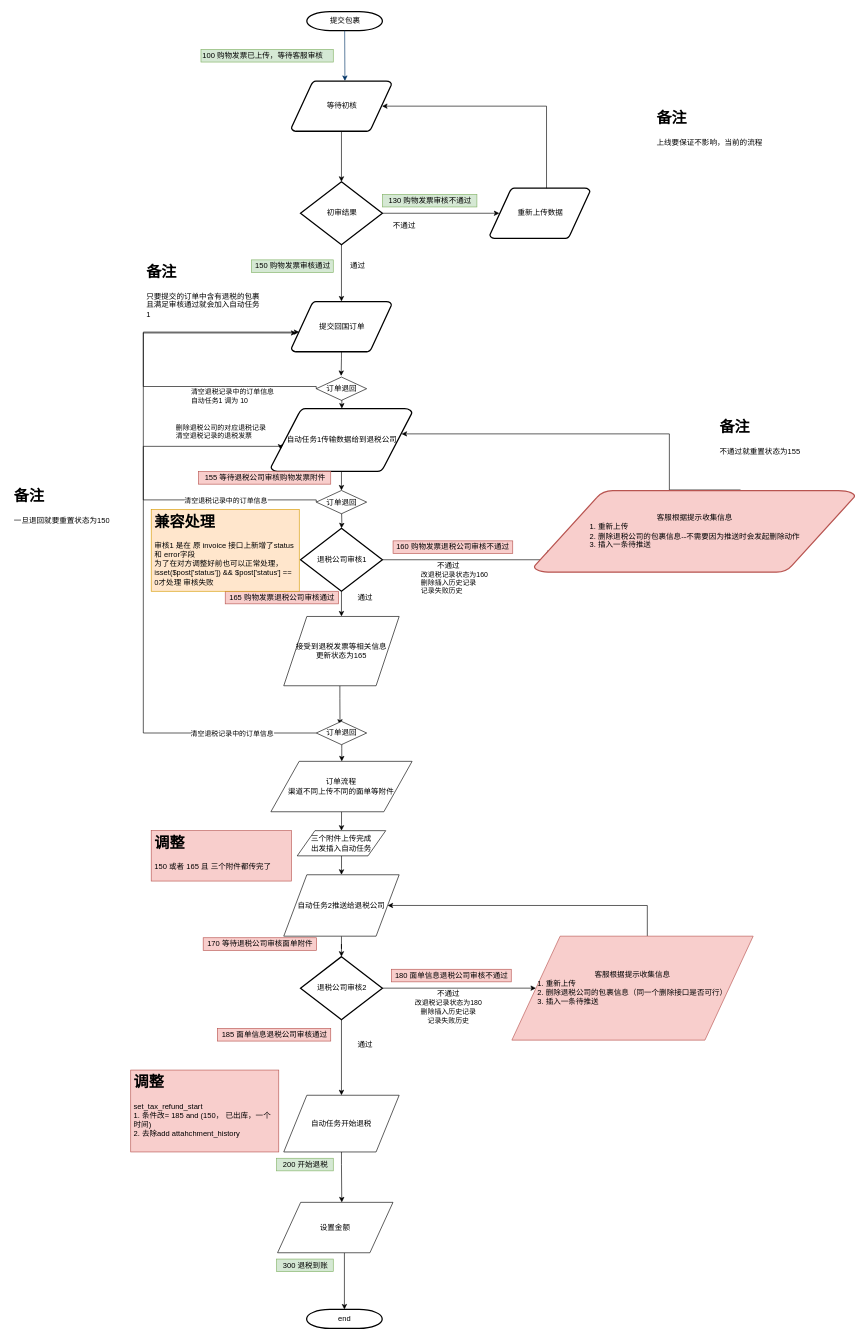
The draw.io diagram tax_refund_flow.drawio in maclxf/ProjectDraw, before the edit. Source tidied: cells renumbered, new cells numbered last; positions are measured from the earlier drawing's top-left corner, leaving out a move shared by most shapes. Both pictures are drawn from the tidied source at 63%, with x=0, y=0 at pixel (11, 11).
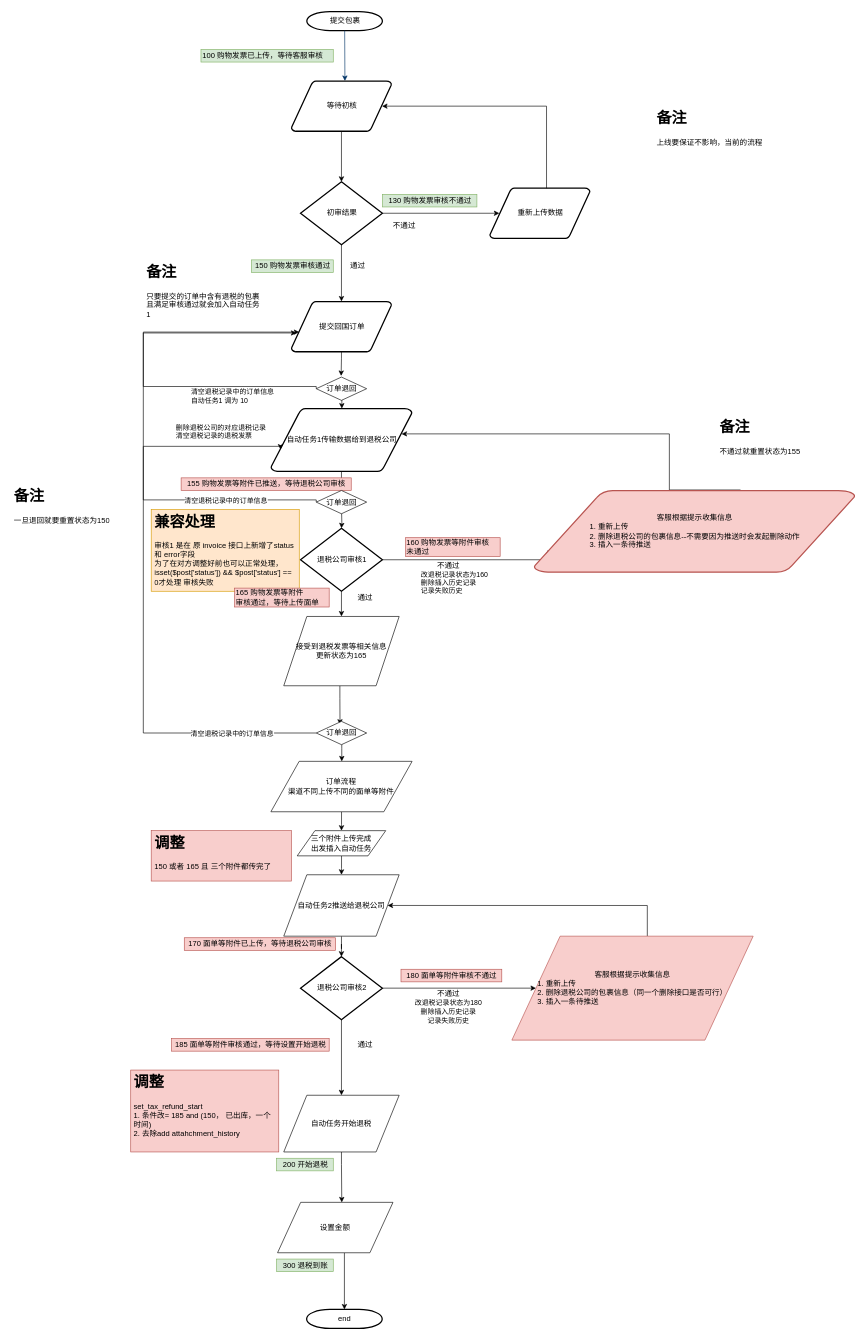
The same page after the edit.

What changed in the source:
```diff
@@
-    <mxCell id="20" value="155&amp;nbsp;等待退税公司审核购物发票附件" style="text;html=1;align=center;verticalAlign=middle;fillColor=#f8cecc;strokeColor=#b85450;" parent="1" vertex="1">
-      <mxGeometry x="297.5" y="730" width="210" height="20" as="geometry" />
+    <mxCell id="20" value="155 购物发票等附件已推送，等待退税公司审核" style="text;html=1;align=center;verticalAlign=middle;fillColor=#f8cecc;strokeColor=#b85450;" parent="1" vertex="1">
+      <mxGeometry x="270" y="740" width="270" height="20" as="geometry" />
     </mxCell>
@@
-    <mxCell id="24" value="160&amp;nbsp;购物发票退税公司审核不通过" style="text;html=1;align=center;verticalAlign=middle;fillColor=#f8cecc;strokeColor=#b85450;" parent="1" vertex="1">
-      <mxGeometry x="606.4" y="840" width="190" height="20" as="geometry" />
+    <mxCell id="24" value="160 购物发票等附件审核&lt;br&gt;未通过" style="text;html=1;align=left;verticalAlign=middle;fillColor=#f8cecc;strokeColor=#b85450;" parent="1" vertex="1">
+      <mxGeometry x="626.4" y="835" width="150" height="30" as="geometry" />
     </mxCell>
@@
-    <mxCell id="28" value="165&amp;nbsp;购物发票退税公司审核通过" style="text;html=1;align=center;verticalAlign=middle;fillColor=#f8cecc;strokeColor=#b85450;" parent="1" vertex="1">
-      <mxGeometry x="340" y="920" width="180" height="20" as="geometry" />
-    </mxCell>
@@
-    <mxCell id="43" value="180 面单信息退税公司审核不通过" style="text;html=1;align=center;verticalAlign=middle;fillColor=#f8cecc;strokeColor=#b85450;" parent="1" vertex="1">
-      <mxGeometry x="604" y="1520" width="190" height="20" as="geometry" />
+    <mxCell id="43" value="180 面单等附件审核不通过" style="text;html=1;align=center;verticalAlign=middle;fillColor=#f8cecc;strokeColor=#b85450;" parent="1" vertex="1">
+      <mxGeometry x="619" y="1520" width="160" height="20" as="geometry" />
     </mxCell>
@@
-    <mxCell id="45" value="185&amp;nbsp;面单信息退税公司审核通过" style="text;html=1;align=center;verticalAlign=middle;fillColor=#f8cecc;strokeColor=#b85450;" parent="1" vertex="1">
-      <mxGeometry x="327.5" y="1614" width="180" height="20" as="geometry" />
+    <mxCell id="45" value="185 面单等附件审核通过，等待设置开始退税" style="text;html=1;align=center;verticalAlign=middle;fillColor=#f8cecc;strokeColor=#b85450;" parent="1" vertex="1">
+      <mxGeometry x="255" y="1630" width="250" height="20" as="geometry" />
     </mxCell>
@@
-    <mxCell id="49" value="170&amp;nbsp;等待退税公司审核面单附件" style="text;html=1;align=center;verticalAlign=middle;fillColor=#f8cecc;strokeColor=#b85450;" parent="1" vertex="1">
-      <mxGeometry x="305" y="1470" width="180" height="20" as="geometry" />
+    <mxCell id="49" value="170&amp;nbsp;面单等附件已上传，等待退税公司审核" style="text;html=1;align=center;verticalAlign=middle;fillColor=#f8cecc;strokeColor=#b85450;" parent="1" vertex="1">
+      <mxGeometry x="275" y="1470" width="240" height="20" as="geometry" />
     </mxCell>
@@
+    <mxCell id="28" value="165 购物发票等附件&lt;br&gt;审核通过，等待上传面单" style="text;html=1;align=left;verticalAlign=middle;fillColor=#f8cecc;strokeColor=#b85450;" parent="1" vertex="1">
+      <mxGeometry x="355" y="915" width="150" height="30" as="geometry" />
+    </mxCell>
```
